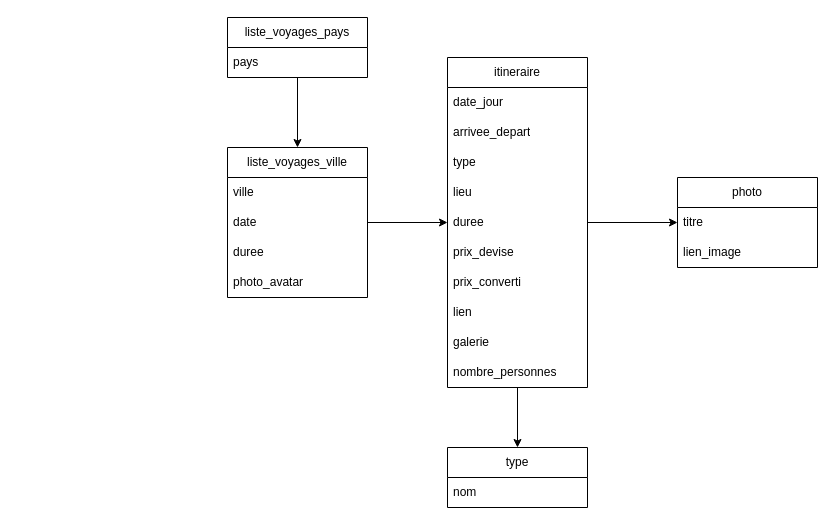
This is doc/mcd.drawio from LeaBani/my-trip, a draw.io file, before an edit. Source tidied: cells renumbered, new cells numbered last; positions are measured from the earlier drawing's top-left corner, leaving out a move shared by most shapes. Both pictures are drawn from the tidied source at 100%, with x=0, y=0 at pixel (227, 17).
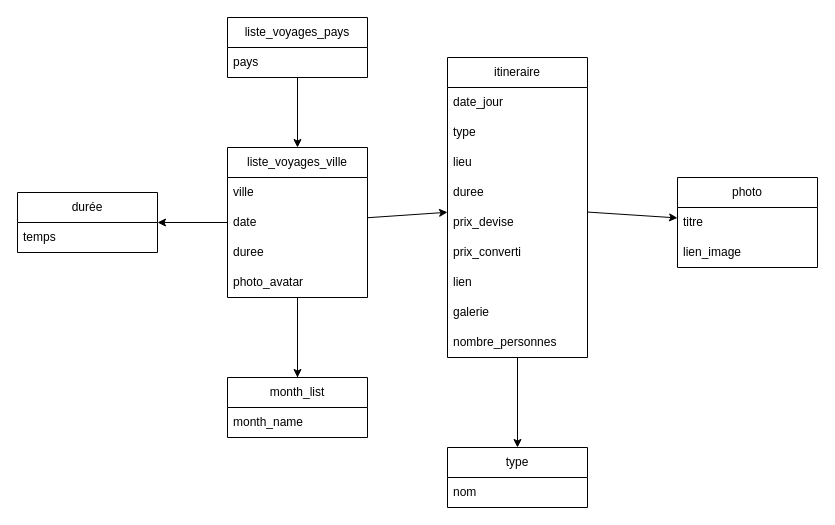
The same page after the edit.

Unchanged cells that the change refers to:
```xml
<mxCell id="6" value="liste_voyages_ville" style="swimlane;fontStyle=0;horizontal=1;startSize=30;whiteSpace=wrap;html=1;" parent="1" vertex="1">
  <mxGeometry y="130" width="140" height="150" as="geometry" />
</mxCell>
```

Diff of the diagram source:
```diff
@@
+    <mxCell id="29" style="edgeStyle=none;html=1;" parent="1" edge="1" source="6" target="32">
+      <mxGeometry relative="1" as="geometry" />
+    </mxCell>
+    <mxCell id="30" style="edgeStyle=none;html=1;" parent="1" edge="1" source="6" target="33">
+      <mxGeometry relative="1" as="geometry" />
+    </mxCell>
+    <mxCell id="31" style="edgeStyle=none;html=1;" parent="1" edge="1" source="6" target="34">
+      <mxGeometry relative="1" as="geometry" />
+    </mxCell>
@@
     <mxCell id="13" value="itineraire" style="swimlane;fontStyle=0;horizontal=1;startSize=30;whiteSpace=wrap;html=1;" parent="1" vertex="1">
-      <mxGeometry x="220" y="40" width="140" height="330" as="geometry" />
+      <mxGeometry x="220" y="40" width="140" height="300" as="geometry" />
     </mxCell>
@@
-    <mxCell id="15" value="arrivee_depart" style="text;strokeColor=none;fillColor=none;align=left;verticalAlign=middle;spacingLeft=4;spacingRight=4;overflow=hidden;whiteSpace=wrap;html=1;" parent="13" vertex="1">
-      <mxGeometry y="60" width="140" height="30" as="geometry" />
-    </mxCell>
     <mxCell id="16" value="type" style="text;strokeColor=none;fillColor=none;align=left;verticalAlign=middle;spacingLeft=4;spacingRight=4;overflow=hidden;whiteSpace=wrap;html=1;" parent="13" vertex="1">
-      <mxGeometry y="90" width="140" height="30" as="geometry" />
+      <mxGeometry y="60" width="140" height="30" as="geometry" />
     </mxCell>
     <mxCell id="17" value="lieu" style="text;strokeColor=none;fillColor=none;align=left;verticalAlign=middle;spacingLeft=4;spacingRight=4;overflow=hidden;whiteSpace=wrap;html=1;" parent="13" vertex="1">
-      <mxGeometry y="120" width="140" height="30" as="geometry" />
+      <mxGeometry y="90" width="140" height="30" as="geometry" />
     </mxCell>
     <mxCell id="18" value="duree" style="text;strokeColor=none;fillColor=none;align=left;verticalAlign=middle;spacingLeft=4;spacingRight=4;overflow=hidden;whiteSpace=wrap;html=1;" parent="13" vertex="1">
-      <mxGeometry y="150" width="140" height="30" as="geometry" />
+      <mxGeometry y="120" width="140" height="30" as="geometry" />
     </mxCell>
     <mxCell id="19" value="prix_devise" style="text;strokeColor=none;fillColor=none;align=left;verticalAlign=middle;spacingLeft=4;spacingRight=4;overflow=hidden;whiteSpace=wrap;html=1;" parent="13" vertex="1">
-      <mxGeometry y="180" width="140" height="30" as="geometry" />
+      <mxGeometry y="150" width="140" height="30" as="geometry" />
     </mxCell>
     <mxCell id="20" value="prix_converti" style="text;strokeColor=none;fillColor=none;align=left;verticalAlign=middle;spacingLeft=4;spacingRight=4;overflow=hidden;whiteSpace=wrap;html=1;" parent="13" vertex="1">
-      <mxGeometry y="210" width="140" height="30" as="geometry" />
+      <mxGeometry y="180" width="140" height="30" as="geometry" />
     </mxCell>
     <mxCell id="21" value="lien" style="text;strokeColor=none;fillColor=none;align=left;verticalAlign=middle;spacingLeft=4;spacingRight=4;overflow=hidden;whiteSpace=wrap;html=1;" parent="13" vertex="1">
-      <mxGeometry y="240" width="140" height="30" as="geometry" />
+      <mxGeometry y="210" width="140" height="30" as="geometry" />
     </mxCell>
     <mxCell id="22" value="galerie" style="text;strokeColor=none;fillColor=none;align=left;verticalAlign=middle;spacingLeft=4;spacingRight=4;overflow=hidden;whiteSpace=wrap;html=1;" parent="13" vertex="1">
-      <mxGeometry y="270" width="140" height="30" as="geometry" />
+      <mxGeometry y="240" width="140" height="30" as="geometry" />
     </mxCell>
     <mxCell id="23" value="nombre_personnes" style="text;strokeColor=none;fillColor=none;align=left;verticalAlign=middle;spacingLeft=4;spacingRight=4;overflow=hidden;whiteSpace=wrap;html=1;" parent="13" vertex="1">
-      <mxGeometry y="300" width="140" height="30" as="geometry" />
+      <mxGeometry y="270" width="140" height="30" as="geometry" />
     </mxCell>
@@
+    <mxCell id="32" value="month_list" style="swimlane;fontStyle=0;horizontal=1;startSize=30;whiteSpace=wrap;html=1;" parent="1" vertex="1">
+      <mxGeometry y="360" width="140" height="60" as="geometry" />
+    </mxCell>
+    <mxCell id="33" value="month_name" style="text;strokeColor=none;fillColor=none;align=left;verticalAlign=middle;spacingLeft=4;spacingRight=4;overflow=hidden;points=[[0,0.5],[1,0.5]];portConstraint=eastwest;whiteSpace=wrap;html=1;" parent="32" vertex="1">
+      <mxGeometry y="30" width="140" height="30" as="geometry" />
+    </mxCell>
+    <mxCell id="34" value="durée" style="swimlane;fontStyle=0;horizontal=1;startSize=30;whiteSpace=wrap;html=1;" parent="1" vertex="1">
+      <mxGeometry x="-210" y="175" width="140" height="60" as="geometry" />
+    </mxCell>
+    <mxCell id="35" value="temps" style="text;strokeColor=none;fillColor=none;align=left;verticalAlign=middle;spacingLeft=4;spacingRight=4;overflow=hidden;whiteSpace=wrap;html=1;" parent="34" vertex="1">
+      <mxGeometry y="30" width="140" height="30" as="geometry" />
+    </mxCell>
```
